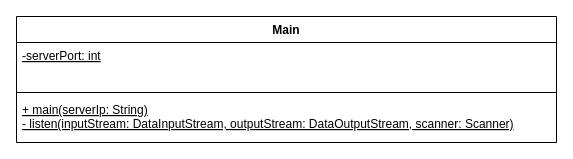
Earlier version of the draw.io diagram KlassendiagrammClient.drawio (FabioKron/Online-Immobilienportal). Source tidied: cells renumbered, new cells numbered last; positions are measured from the earlier drawing's top-left corner, leaving out a move shared by most shapes. Both pictures are drawn from the tidied source at 100%, with x=0, y=0 at pixel (16, 16).
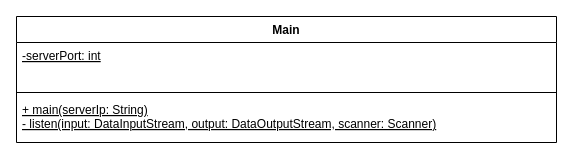
The same diagram, later.

Commit message (it also covers changes not shown here):
Anpassen KlassendiagrammClient wie im Code

What changed in the source:
```diff
@@
 <mxGraphModel>
   <root>
     <mxCell id="0" />
     <mxCell id="1" parent="0" />
     <mxCell id="2" value="Main" style="swimlane;fontStyle=1;align=center;verticalAlign=top;horizontal=1;startSize=26;" parent="1" vertex="1">
       <mxGeometry width="540" height="126" as="geometry" />
     </mxCell>
     <mxCell id="3" value="-serverPort: int" style="text;strokeColor=none;fillColor=none;align=left;verticalAlign=top;spacingLeft=4;spacingRight=4;overflow=hidden;fontStyle=4;" parent="2" vertex="1">
       <mxGeometry y="26" width="540" height="46" as="geometry" />
     </mxCell>
     <mxCell id="4" style="line;strokeWidth=1;fillColor=none;align=left;verticalAlign=middle;spacingTop=-1;spacingLeft=3;spacingRight=3;labelPosition=right;" parent="2" vertex="1">
       <mxGeometry y="72" width="540" height="8" as="geometry" />
     </mxCell>
-    <mxCell id="5" value="+ main(serverIp: String)&#10;- listen(inputStream: DataInputStream, outputStream: DataOutputStream, scanner: Scanner)&#10;" style="text;strokeColor=none;fillColor=none;align=left;verticalAlign=top;spacingLeft=4;spacingRight=4;overflow=hidden;fontStyle=4;" parent="2" vertex="1">
+    <mxCell id="5" value="+ main(serverIp: String)&#10;- listen(input: DataInputStream, output: DataOutputStream, scanner: Scanner)&#10;" style="text;strokeColor=none;fillColor=none;align=left;verticalAlign=top;spacingLeft=4;spacingRight=4;overflow=hidden;fontStyle=4;" parent="2" vertex="1">
       <mxGeometry y="80" width="540" height="46" as="geometry" />
     </mxCell>
   </root>
 </mxGraphModel>
```
